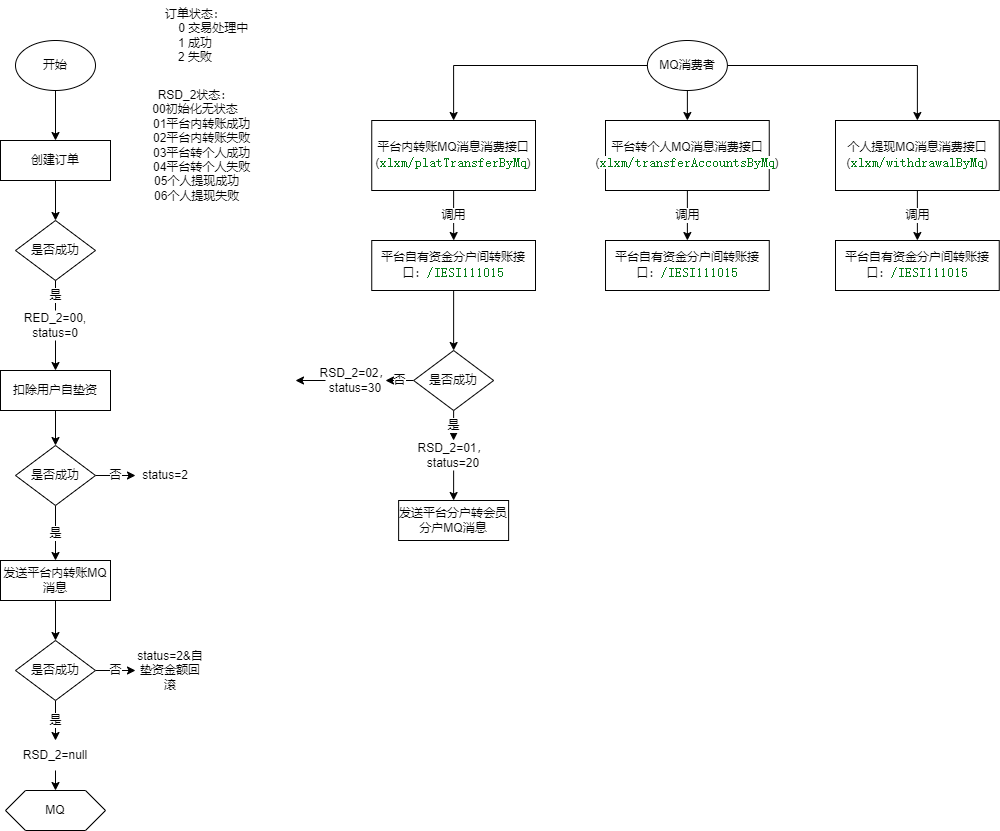
Before: 厦门国际代付订单状态流转.drawio.png, a diagram exported from draw.io (songyibo2019/mydiagrams). Source tidied: cells renumbered, new cells last; positions are measured from the earlier drawing's top-left corner, leaving out a move shared by most shapes.
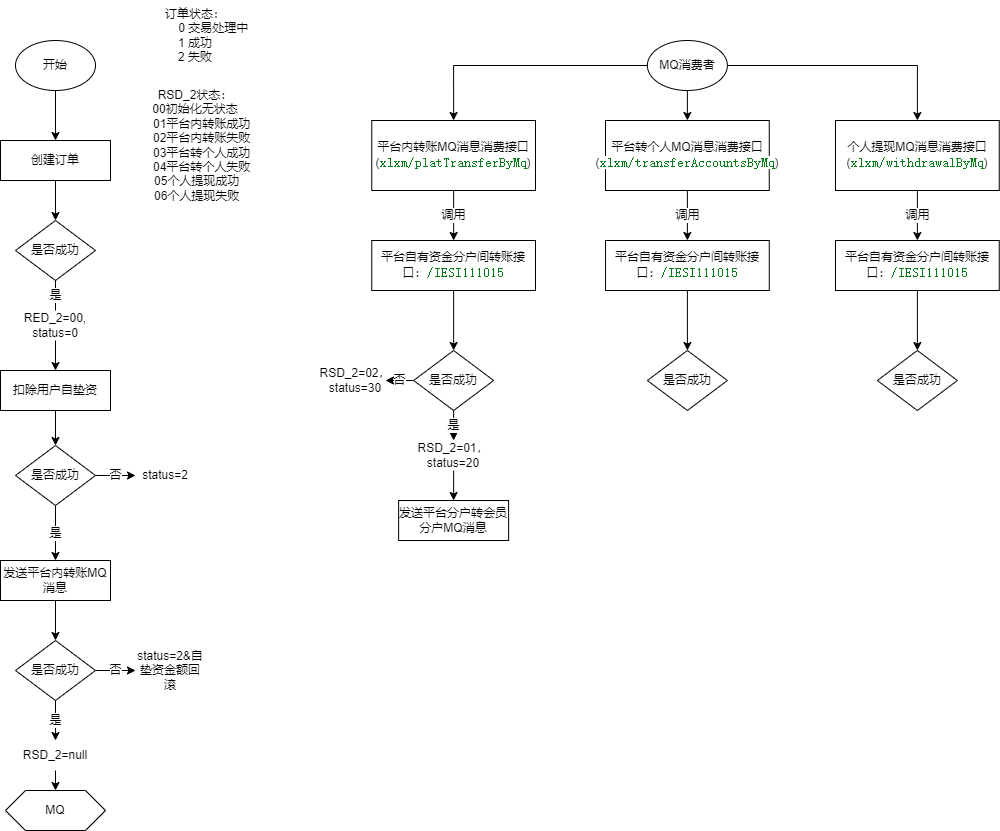
Above is the later version.

Commit message:
Update 厦门国际代付订单状态流转.drawio.png

Diff of the diagram source:
```diff
@@ -104,11 +104,6 @@
     <mxCell id="35" value="发送平台分户转会员分户MQ消息" style="rounded=0;whiteSpace=wrap;html=1;" parent="1" vertex="1">
       <mxGeometry x="398.1" y="500" width="110" height="40" as="geometry" />
     </mxCell>
-    <mxCell id="36" style="edgeStyle=orthogonalEdgeStyle;rounded=0;jettySize=auto;html=1;exitX=0;exitY=0.5;exitDx=0;exitDy=0;entryX=1;entryY=0.5;entryDx=0;entryDy=0;" parent="1" edge="1" source="37">
-      <mxGeometry relative="1" as="geometry">
-        <mxPoint x="295" y="380" as="targetPoint" />
-      </mxGeometry>
-    </mxCell>
     <mxCell id="37" value="RSD_2=02，&lt;br&gt;status=30" style="text;html=1;strokeColor=none;fillColor=none;align=center;verticalAlign=middle;whiteSpace=wrap;rounded=0;" parent="1" vertex="1">
       <mxGeometry x="325" y="365" width="60" height="30" as="geometry" />
     </mxCell>
@@ -130,9 +125,15 @@
     <mxCell id="43" value="个人提现MQ消息消费接口(&lt;span style=&quot;color: rgb(6 , 125 , 23) ; background-color: rgb(255 , 255 , 255) ; font-family: &amp;#34;jetbrains mono&amp;#34; , monospace ; font-size: 9.8pt&quot;&gt;xlxm/withdrawalByMq&lt;/span&gt;&lt;span&gt;)&lt;/span&gt;" style="rounded=0;whiteSpace=wrap;html=1;" parent="1" vertex="1">
       <mxGeometry x="835" y="120" width="163.8" height="70" as="geometry" />
     </mxCell>
+    <mxCell id="49" style="edgeStyle=orthogonalEdgeStyle;rounded=0;jettySize=auto;html=1;exitX=0.5;exitY=1;exitDx=0;exitDy=0;" parent="1" edge="1" source="44" target="51">
+      <mxGeometry relative="1" as="geometry" />
+    </mxCell>
     <mxCell id="44" value="平台自有资金分户间转账接口：&lt;span style=&quot;color: rgb(6 , 125 , 23) ; background-color: rgb(255 , 255 , 255) ; font-family: &amp;#34;jetbrains mono&amp;#34; , monospace ; font-size: 9.8pt&quot;&gt;/IESI111015&lt;/span&gt;" style="rounded=0;whiteSpace=wrap;html=1;" parent="1" vertex="1">
       <mxGeometry x="605" y="240" width="163.8" height="50" as="geometry" />
     </mxCell>
+    <mxCell id="50" style="edgeStyle=orthogonalEdgeStyle;rounded=0;jettySize=auto;html=1;exitX=0.5;exitY=1;exitDx=0;exitDy=0;" parent="1" edge="1" source="45" target="52">
+      <mxGeometry relative="1" as="geometry" />
+    </mxCell>
     <mxCell id="45" value="平台自有资金分户间转账接口：&lt;span style=&quot;color: rgb(6 , 125 , 23) ; background-color: rgb(255 , 255 , 255) ; font-family: &amp;#34;jetbrains mono&amp;#34; , monospace ; font-size: 9.8pt&quot;&gt;/IESI111015&lt;/span&gt;" style="rounded=0;whiteSpace=wrap;html=1;" parent="1" vertex="1">
       <mxGeometry x="835" y="240" width="163.8" height="50" as="geometry" />
     </mxCell>
@@ -145,5 +146,11 @@
     <mxCell id="48" value="是" style="edgeStyle=orthogonalEdgeStyle;rounded=0;jettySize=auto;html=1;endArrow=none;" parent="1" edge="1" source="4" target="47">
       <mxGeometry relative="1" as="geometry" />
     </mxCell>
+    <mxCell id="51" value="是否成功" style="rhombus;whiteSpace=wrap;html=1;" parent="1" vertex="1">
+      <mxGeometry x="646.9" y="350" width="80" height="60" as="geometry" />
+    </mxCell>
+    <mxCell id="52" value="是否成功" style="rhombus;whiteSpace=wrap;html=1;" parent="1" vertex="1">
+      <mxGeometry x="876.9" y="350" width="80" height="60" as="geometry" />
+    </mxCell>
   </root>
 </mxGraphModel>
```
